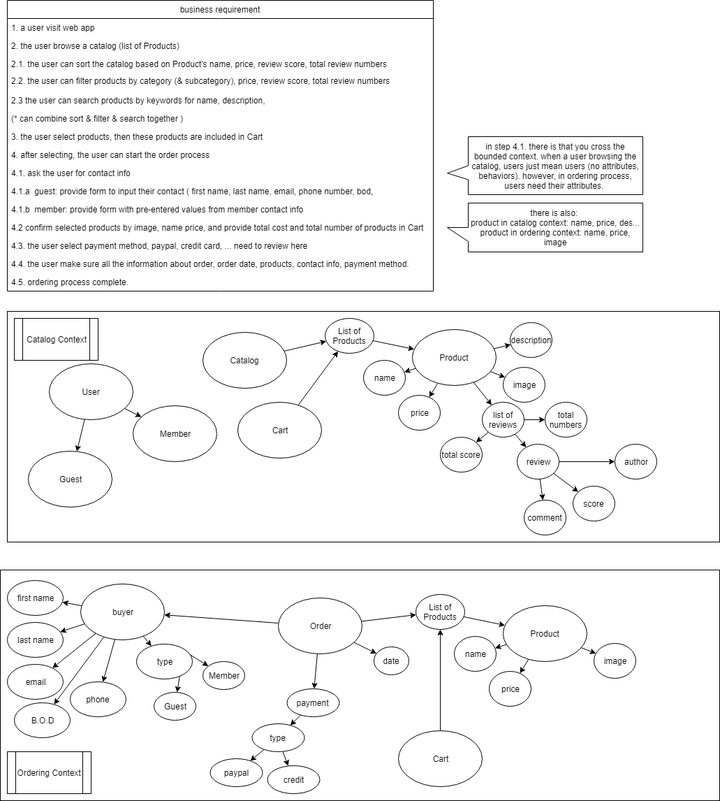
This is design_phase.PNG from stsiwo/ddd_online_shopping_app, a draw.io export, as it was before one commit. Source tidied: cells renumbered, new cells last; positions are measured from the earlier drawing's top-left corner, leaving out a move shared by most shapes.
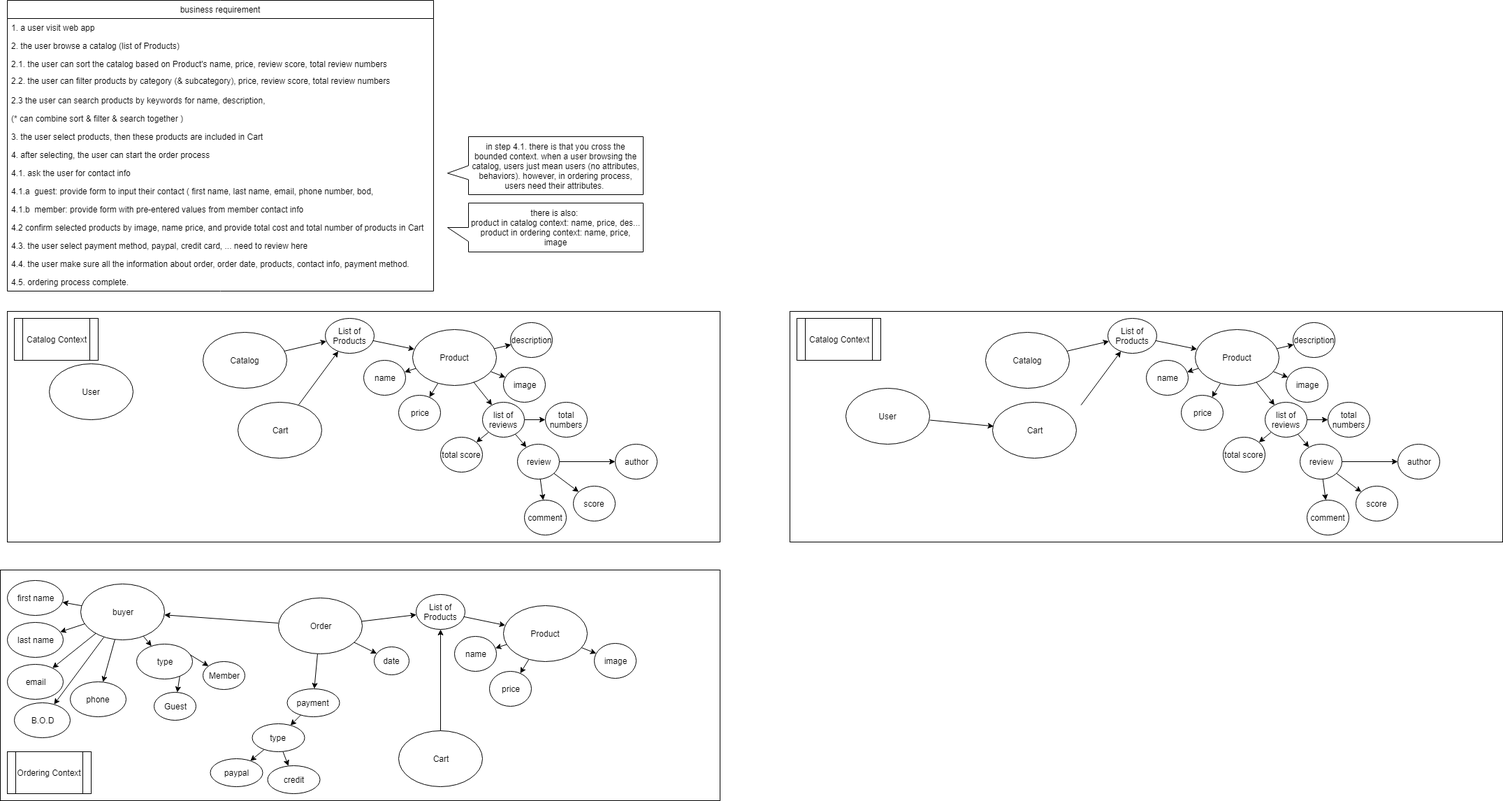
The same file after the commit.

Change to the diagram source:
```diff
@@ -53,21 +53,9 @@
     <mxCell id="18" value="4.5. ordering process complete." style="text;strokeColor=none;fillColor=none;align=left;verticalAlign=top;spacingLeft=4;spacingRight=4;overflow=hidden;" parent="3" vertex="1">
       <mxGeometry y="390" width="610" height="26" as="geometry" />
     </mxCell>
-    <mxCell id="19" style="rounded=0;jettySize=auto;html=1;" parent="1" edge="1" source="21" target="23">
-      <mxGeometry relative="1" as="geometry" />
-    </mxCell>
-    <mxCell id="20" style="edgeStyle=none;rounded=0;jettySize=auto;html=1;" parent="1" edge="1" source="21" target="22">
-      <mxGeometry relative="1" as="geometry" />
-    </mxCell>
     <mxCell id="21" value="User" style="ellipse;whiteSpace=wrap;html=1;" parent="1" vertex="1">
       <mxGeometry x="70" y="520" width="120" height="80" as="geometry" />
     </mxCell>
-    <mxCell id="22" value="Member" style="ellipse;whiteSpace=wrap;html=1;" parent="1" vertex="1">
-      <mxGeometry x="190" y="580" width="120" height="80" as="geometry" />
-    </mxCell>
-    <mxCell id="23" value="Guest" style="ellipse;whiteSpace=wrap;html=1;" parent="1" vertex="1">
-      <mxGeometry x="40" y="645" width="120" height="80" as="geometry" />
-    </mxCell>
     <mxCell id="24" style="edgeStyle=none;rounded=0;jettySize=auto;html=1;" parent="1" edge="1" source="25" target="48">
       <mxGeometry relative="1" as="geometry" />
     </mxCell>
@@ -293,5 +281,109 @@
     <mxCell id="98" value="Ordering Context" style="shape=process;whiteSpace=wrap;html=1;backgroundOutline=1;" parent="1" vertex="1">
       <mxGeometry x="10" y="1075" width="120" height="60" as="geometry" />
     </mxCell>
+    <mxCell id="99" style="rounded=0;whiteSpace=wrap;html=1;" parent="1" vertex="1">
+      <mxGeometry x="1130" y="445" width="1020" height="330" as="geometry" />
+    </mxCell>
+    <mxCell id="100" style="edgeStyle=none;rounded=0;jettySize=auto;html=1;" parent="1" edge="1" source="101" target="124">
+      <mxGeometry relative="1" as="geometry" />
+    </mxCell>
+    <mxCell id="101" value="Catalog" style="ellipse;whiteSpace=wrap;html=1;" parent="1" vertex="1">
+      <mxGeometry x="1410" y="475" width="120" height="80" as="geometry" />
+    </mxCell>
+    <mxCell id="102" style="edgeStyle=none;rounded=0;jettySize=auto;html=1;" parent="1" edge="1" source="107" target="108">
+      <mxGeometry relative="1" as="geometry" />
+    </mxCell>
+    <mxCell id="103" style="edgeStyle=none;rounded=0;jettySize=auto;html=1;" parent="1" edge="1" source="107" target="109">
+      <mxGeometry relative="1" as="geometry" />
+    </mxCell>
+    <mxCell id="104" style="edgeStyle=none;rounded=0;jettySize=auto;html=1;" parent="1" edge="1" source="107" target="113">
+      <mxGeometry relative="1" as="geometry" />
+    </mxCell>
+    <mxCell id="105" style="edgeStyle=none;rounded=0;jettySize=auto;html=1;" parent="1" edge="1" source="107" target="125">
+      <mxGeometry relative="1" as="geometry" />
+    </mxCell>
+    <mxCell id="106" style="edgeStyle=none;rounded=0;jettySize=auto;html=1;" parent="1" edge="1" source="107" target="127">
+      <mxGeometry relative="1" as="geometry" />
+    </mxCell>
+    <mxCell id="107" value="Product" style="ellipse;whiteSpace=wrap;html=1;" parent="1" vertex="1">
+      <mxGeometry x="1710" y="471" width="120" height="80" as="geometry" />
+    </mxCell>
+    <mxCell id="108" value="name" style="ellipse;whiteSpace=wrap;html=1;" parent="1" vertex="1">
+      <mxGeometry x="1640" y="515" width="60" height="50" as="geometry" />
+    </mxCell>
+    <mxCell id="109" value="price" style="ellipse;whiteSpace=wrap;html=1;" parent="1" vertex="1">
+      <mxGeometry x="1690" y="565" width="60" height="50" as="geometry" />
+    </mxCell>
+    <mxCell id="110" style="edgeStyle=none;rounded=0;jettySize=auto;html=1;" parent="1" edge="1" source="113" target="122">
+      <mxGeometry relative="1" as="geometry" />
+    </mxCell>
+    <mxCell id="111" style="edgeStyle=none;rounded=0;jettySize=auto;html=1;" parent="1" edge="1" source="113" target="121">
+      <mxGeometry relative="1" as="geometry" />
+    </mxCell>
+    <mxCell id="112" style="edgeStyle=none;rounded=0;jettySize=auto;html=1;" parent="1" edge="1" source="113" target="117">
+      <mxGeometry relative="1" as="geometry" />
+    </mxCell>
+    <mxCell id="113" value="list of reviews" style="ellipse;whiteSpace=wrap;html=1;" parent="1" vertex="1">
+      <mxGeometry x="1810" y="575" width="60" height="50" as="geometry" />
+    </mxCell>
+    <mxCell id="114" style="edgeStyle=none;rounded=0;jettySize=auto;html=1;" parent="1" edge="1" source="117" target="120">
+      <mxGeometry relative="1" as="geometry" />
+    </mxCell>
+    <mxCell id="115" style="edgeStyle=none;rounded=0;jettySize=auto;html=1;" parent="1" edge="1" source="117" target="119">
+      <mxGeometry relative="1" as="geometry" />
+    </mxCell>
+    <mxCell id="116" style="edgeStyle=none;rounded=0;jettySize=auto;html=1;" parent="1" edge="1" source="117" target="118">
+      <mxGeometry relative="1" as="geometry" />
+    </mxCell>
+    <mxCell id="117" value="review" style="ellipse;whiteSpace=wrap;html=1;" parent="1" vertex="1">
+      <mxGeometry x="1860" y="635" width="60" height="50" as="geometry" />
+    </mxCell>
+    <mxCell id="118" value="comment" style="ellipse;whiteSpace=wrap;html=1;" parent="1" vertex="1">
+      <mxGeometry x="1870" y="715" width="60" height="50" as="geometry" />
+    </mxCell>
+    <mxCell id="119" value="score" style="ellipse;whiteSpace=wrap;html=1;" parent="1" vertex="1">
+      <mxGeometry x="1940" y="695" width="60" height="50" as="geometry" />
+    </mxCell>
+    <mxCell id="120" value="author" style="ellipse;whiteSpace=wrap;html=1;" parent="1" vertex="1">
+      <mxGeometry x="2000" y="635" width="60" height="50" as="geometry" />
+    </mxCell>
+    <mxCell id="121" value="total score" style="ellipse;whiteSpace=wrap;html=1;" parent="1" vertex="1">
+      <mxGeometry x="1750" y="625" width="60" height="50" as="geometry" />
+    </mxCell>
+    <mxCell id="122" value="total numbers" style="ellipse;whiteSpace=wrap;html=1;" parent="1" vertex="1">
+      <mxGeometry x="1900" y="575" width="60" height="50" as="geometry" />
+    </mxCell>
+    <mxCell id="123" style="edgeStyle=none;rounded=0;jettySize=auto;html=1;" parent="1" edge="1" source="124" target="107">
+      <mxGeometry relative="1" as="geometry" />
+    </mxCell>
+    <mxCell id="124" value="List of Products" style="ellipse;whiteSpace=wrap;html=1;" parent="1" vertex="1">
+      <mxGeometry x="1585" y="455" width="70" height="50" as="geometry" />
+    </mxCell>
+    <mxCell id="125" value="description" style="ellipse;whiteSpace=wrap;html=1;" parent="1" vertex="1">
+      <mxGeometry x="1850" y="461" width="60" height="50" as="geometry" />
+    </mxCell>
+    <mxCell id="126" style="edgeStyle=none;rounded=0;jettySize=auto;html=1;" parent="1" edge="1" target="124">
+      <mxGeometry relative="1" as="geometry">
+        <mxPoint x="1546.6" y="579.1" as="sourcePoint" />
+      </mxGeometry>
+    </mxCell>
+    <mxCell id="127" value="image" style="ellipse;whiteSpace=wrap;html=1;" parent="1" vertex="1">
+      <mxGeometry x="1840" y="525" width="60" height="50" as="geometry" />
+    </mxCell>
+    <mxCell id="128" value="Catalog Context" style="shape=process;whiteSpace=wrap;html=1;backgroundOutline=1;" parent="1" vertex="1">
+      <mxGeometry x="1140" y="455" width="120" height="60" as="geometry" />
+    </mxCell>
+    <mxCell id="129" style="edgeStyle=none;rounded=0;orthogonalLoop=1;jettySize=auto;html=1;" parent="1" edge="1">
+      <mxGeometry relative="1" as="geometry">
+        <mxPoint x="1330.4" y="600.5" as="sourcePoint" />
+        <mxPoint x="1421.6" y="609.3" as="targetPoint" />
+      </mxGeometry>
+    </mxCell>
+    <mxCell id="130" value="User" style="ellipse;whiteSpace=wrap;html=1;" parent="1" vertex="1">
+      <mxGeometry x="1210" y="555" width="120" height="80" as="geometry" />
+    </mxCell>
+    <mxCell id="131" value="Cart" style="ellipse;whiteSpace=wrap;html=1;" parent="1" vertex="1">
+      <mxGeometry x="1420" y="575" width="120" height="80" as="geometry" />
+    </mxCell>
   </root>
 </mxGraphModel>
```
